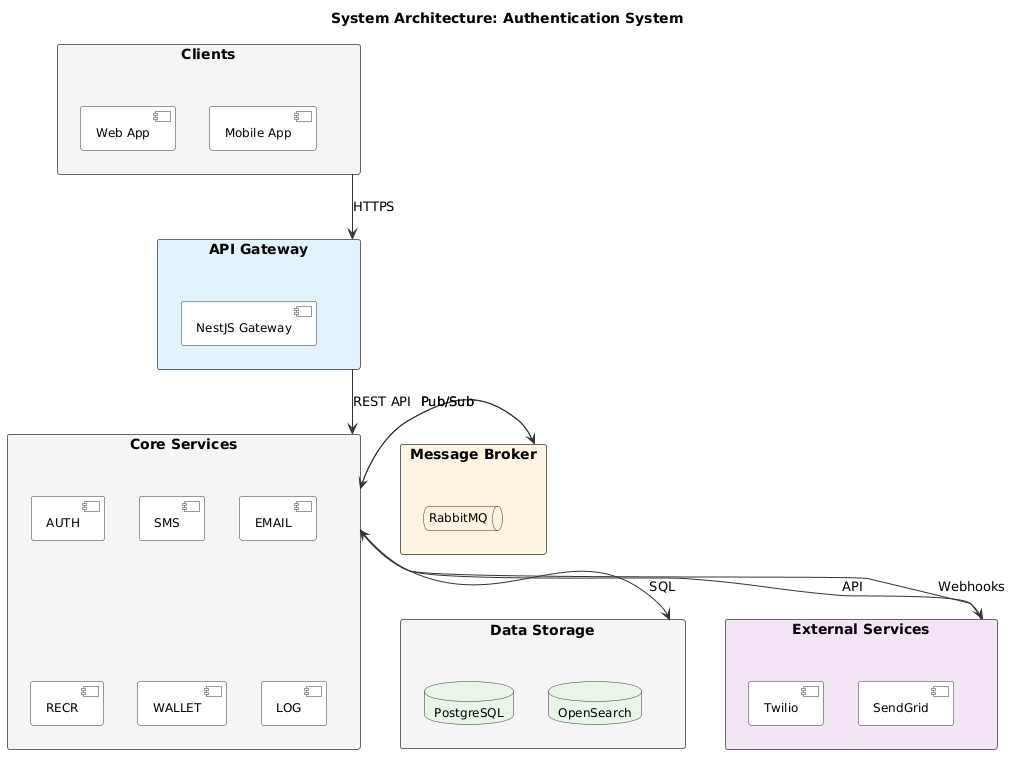
The PlantUML diagram modules/dist/images/architecture/architecture-system.png in namnh240795/document, before a commit.
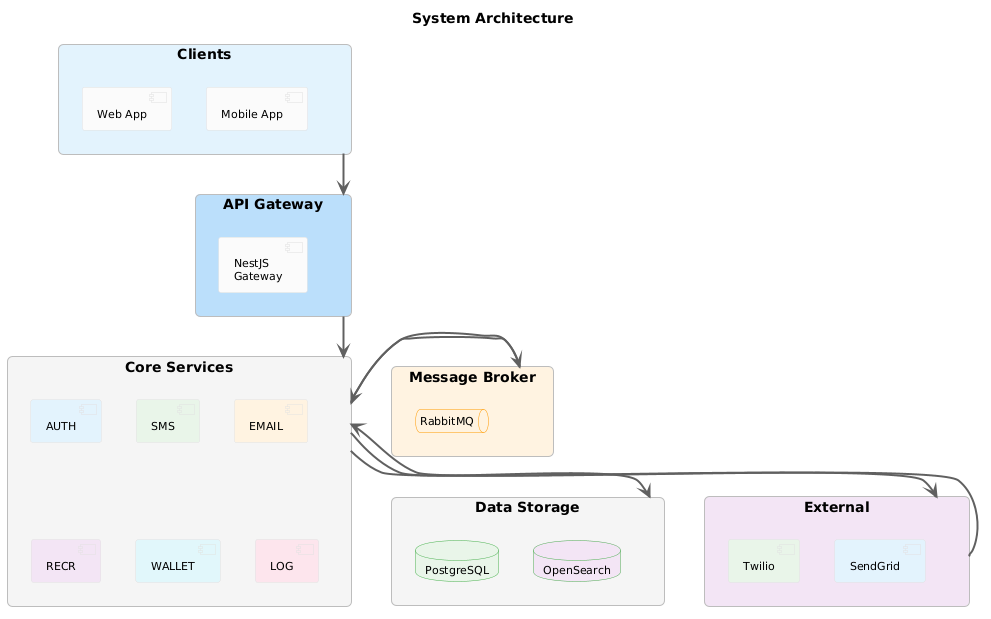
After the change.

Commit message:
fix: improve architecture diagram layout and colors

What changed in the source:
```diff
@@ -1,70 +1,86 @@
 @startuml
 
+!define ICONCOLOR #2196F3
+!define SERVCOLOR #1565C0
+!define DBCOLOR #2E7D32
+!define MQCOLOR #E65100
+!define EXTCOLOR #6A1B9A
+
+skinparam defaultFontName "Segoe UI"
+skinparam defaultFontSize 12
+
 skinparam rectangle {
-  BackgroundColor #FFFFFF
-  BorderColor #666666
+  RoundCorner 10
+  BorderColor #BDBDBD
   FontSize 14
+  FontStyle bold
 }
 
 skinparam component {
-  BackgroundColor #FFFFFF
-  BorderColor #333333
-  ArrowColor #333333
-  FontSize 12
+  BackgroundColor #FAFAFA
+  BorderColor #E0E0E0
+  ArrowColor #424242
+  FontSize 11
 }
 
 skinparam database {
-  BackgroundColor #E8F4E8
-  BorderColor #333333
-  FontSize 12
+  BackgroundColor #E8F5E9
+  BorderColor #4CAF50
+  FontSize 11
 }
 
 skinparam queue {
   BackgroundColor #FFF3E0
-  BorderColor #333333
-  FontSize 12
+  BorderColor #FF9800
+  FontSize 11
 }
 
-title System Architecture: Authentication System
+skinparam arrow {
+  Color #616161
+  Thickness 2
+}
 
-rectangle "Clients" as clients #F5F5F5 {
+title System Architecture
+
+
+rectangle "  Clients  " as clients #E3F2FD {
   component "Web App" as web
   component "Mobile App" as mobile
 }
 
-rectangle "API Gateway" as gw #E3F2FD {
-  component "NestJS Gateway" as gateway
+rectangle "  API Gateway  " as gw #BBDEFB {
+  component "NestJS\nGateway" as gateway
 }
 
-rectangle "Core Services" as services #F5F5F5 {
-  component "AUTH" as auth
-  component "SMS" as sms
-  component "EMAIL" as email
-  component "RECR" as recr
-  component "WALLET" as wallet
-  component "LOG" as log
+rectangle "  Core Services  " as services #F5F5F5 {
+  component "AUTH" as auth #E3F2FD
+  component "SMS" as sms #E8F5E9
+  component "EMAIL" as email #FFF3E0
+  component "RECR" as recr #F3E5F5
+  component "WALLET" as wallet #E0F7FA
+  component "LOG" as log #FCE4EC
 }
 
-rectangle "Message Broker" as broker #FFF3E0 {
+rectangle "  Message Broker  " as broker #FFF3E0 {
   queue "RabbitMQ" as mq
 }
 
-rectangle "Data Storage" as storage #F5F5F5 {
-  database "PostgreSQL" as pg
-  database "OpenSearch" as os
+rectangle "  Data Storage  " as storage #F5F5F5 {
+  database "PostgreSQL" as pg #E8F5E9
+  database "OpenSearch" as os #F3E5F5
 }
 
-rectangle "External Services" as external #F3E5F5 {
-  component "Twilio" as twilio
-  component "SendGrid" as sendgrid
+rectangle "  External  " as external #F3E5F5 {
+  component "Twilio" as twilio #E8F5E9
+  component "SendGrid" as sendgrid #E3F2FD
 }
 
-clients -down-> gw : HTTPS
-gw -down-> services : REST API
-services -down-> storage : SQL
-services -right-> broker : Pub/Sub
-broker -left-> services : Pub/Sub
-services -down-> external : API
-external -up-> services : Webhooks
+clients -down-> gw
+gw -down-> services
+services -down-> storage
+services -right-> broker
+broker -left-> services
+services -down-> external
+external -up-> services
 
 @enduml
```
